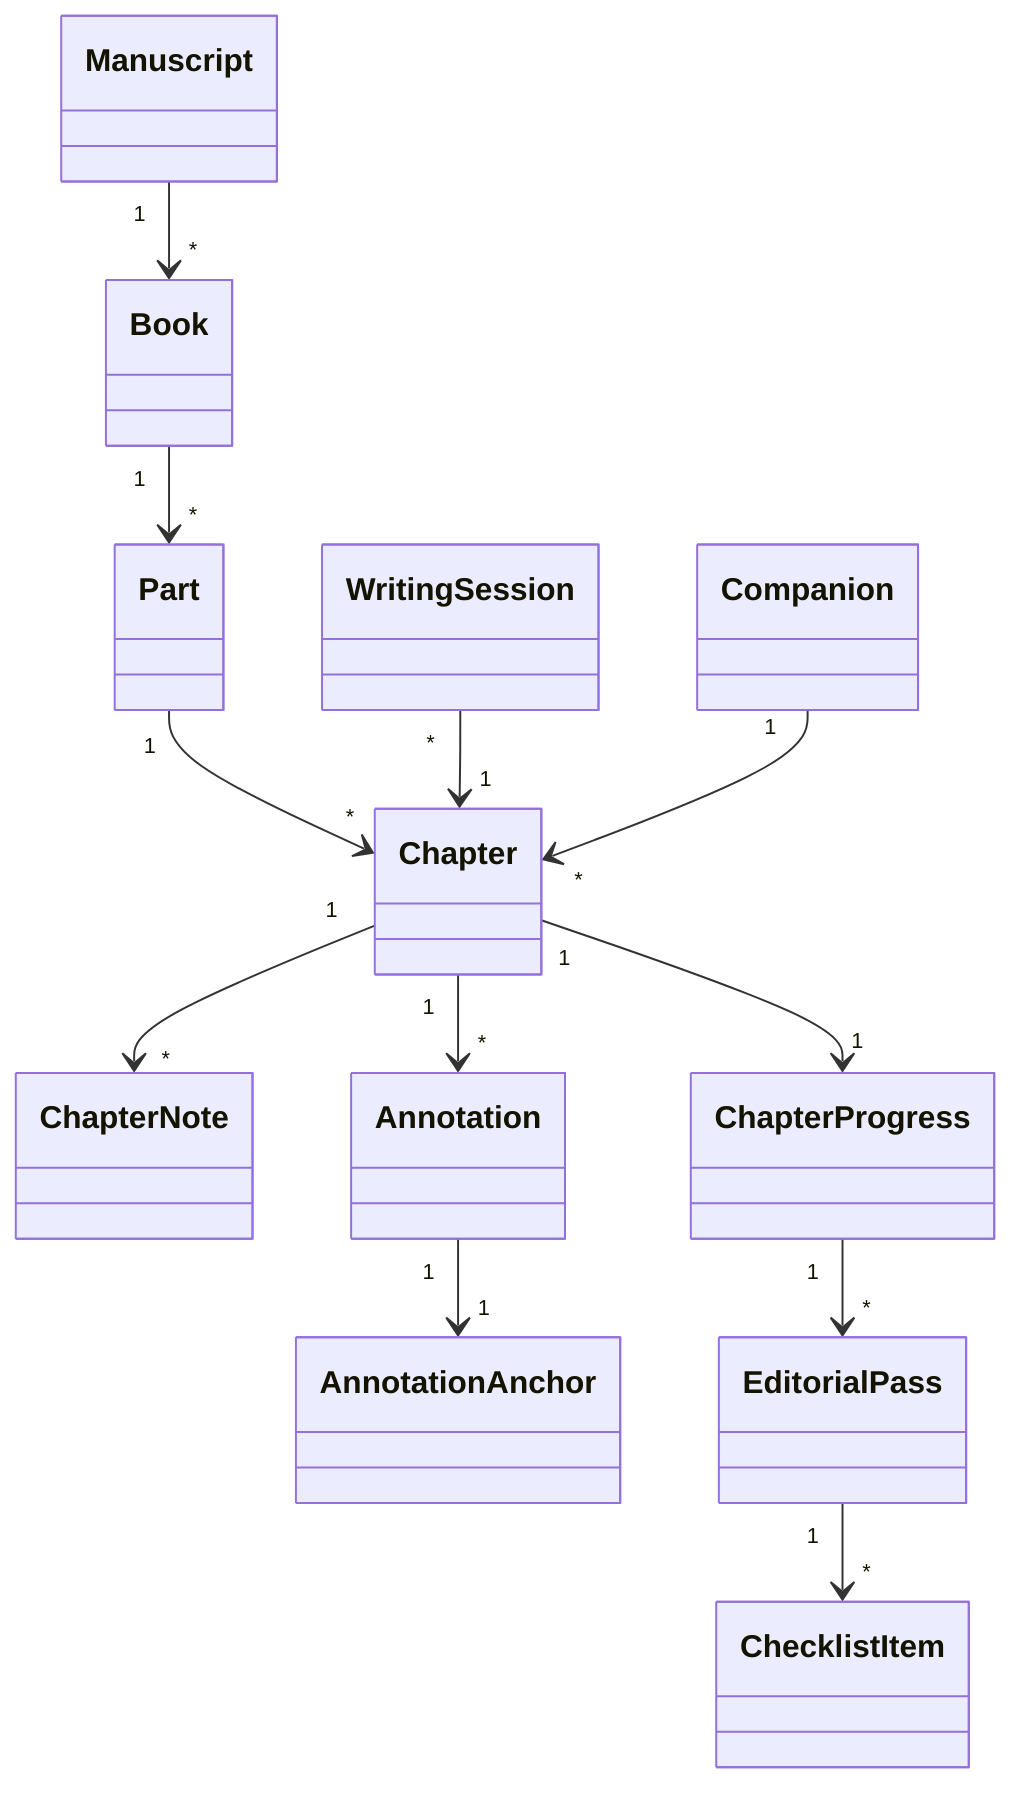
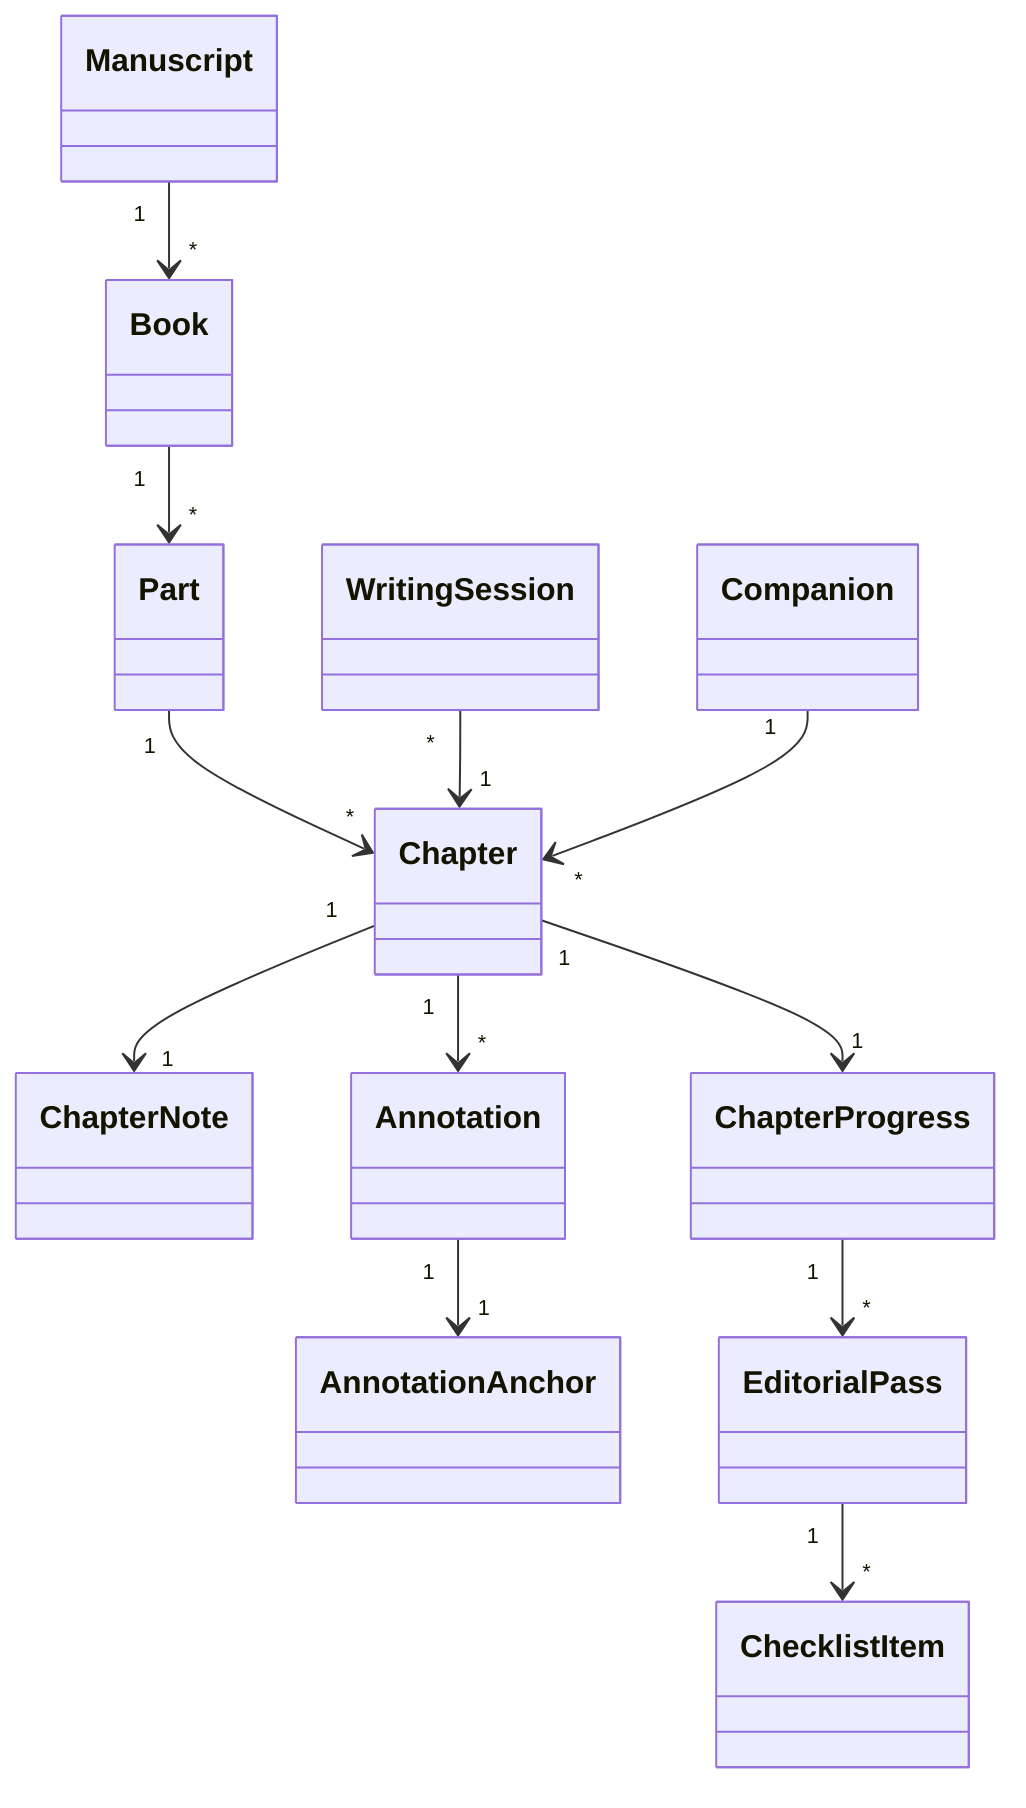
classDiagram
    Manuscript "1" --> "*" Book
    Book "1" --> "*" Part
    Part "1" --> "*" Chapter

-     Chapter "1" --> "*" ChapterNote
+     Chapter "1" --> "1" ChapterNote
    Chapter "1" --> "*" Annotation
    Chapter "1" --> "1" ChapterProgress

    Annotation "1" --> "1" AnnotationAnchor
    ChapterProgress "1" --> "*" EditorialPass
    EditorialPass "1" --> "*" ChecklistItem

    WritingSession "*" --> "1" Chapter
    Companion "1" --> "*" Chapter

    class Manuscript
    class Book
    class Part
    class Chapter
    class ChapterNote
    class Annotation
    class AnnotationAnchor
    class ChapterProgress
    class EditorialPass
    class ChecklistItem
    class WritingSession
    class Companion